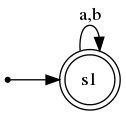
The Graphviz diagram example/img/mindfa.gv.png in vrnch/RE2FA, before a commit. Its source is kept beside it as example/img/mindfa.gv. The source it was exported from:
```dot
digraph min_deterministic_finite_state_machine {
	rankdir=LR
	node [shape=doublecircle]
	s1
	node [shape=circle]
	s1 -> s1 [label="a,b"]
	node [shape=point]
	"" -> s1
}
```
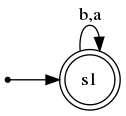
The same diagram one commit later.

Commit message:
Add a sequence diagram (plantuml.txt)

The edit, as a diff of the source:
```diff
@@ -3,7 +3,7 @@
 	node [shape=doublecircle]
 	s1
 	node [shape=circle]
-	s1 -> s1 [label="a,b"]
+	s1 -> s1 [label="b,a"]
 	node [shape=point]
 	"" -> s1
 }
```
